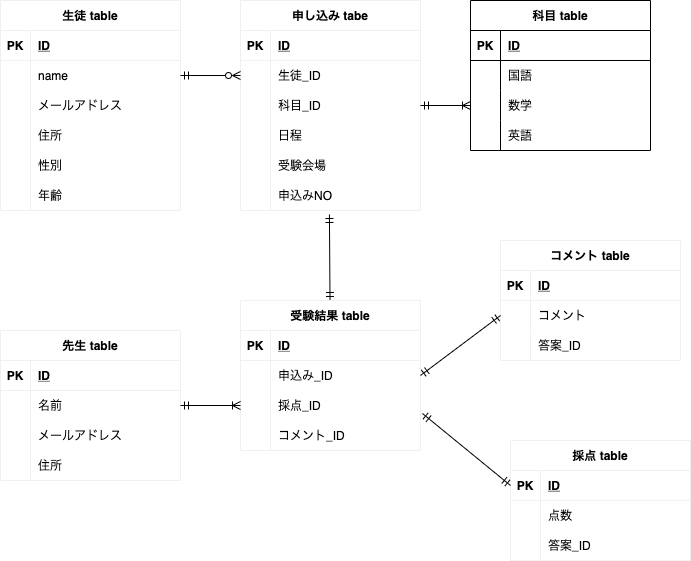
This is 20220227yokoyama.drawio.png from yokoyamafumino/0302test, a draw.io export, as it was before one commit. Source tidied: cells renumbered, new cells last; positions are measured from the earlier drawing's top-left corner, leaving out a move shared by most shapes.
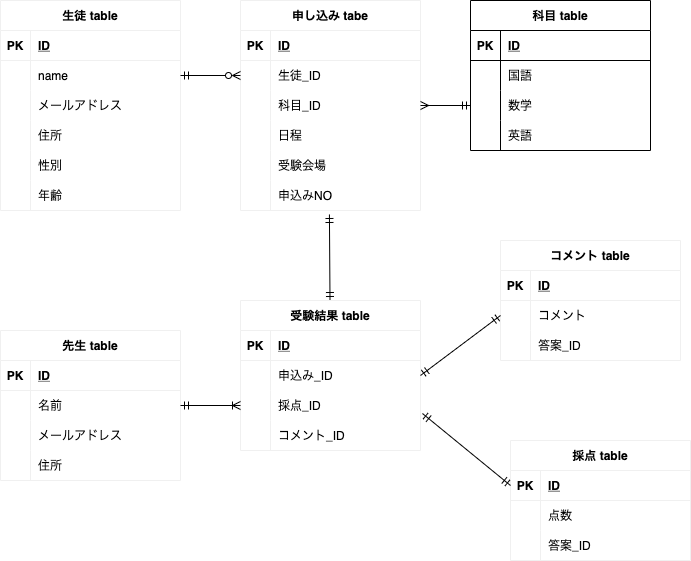
Later version of the same file.

What changed in the source:
```diff
@@ -311,7 +311,7 @@
     <mxCell id="104" value="英語" style="shape=partialRectangle;fillColor=none;top=0;left=0;bottom=0;right=0;align=left;spacingLeft=6;overflow=hidden;" parent="102" vertex="1">
       <mxGeometry x="30" width="150" height="30" as="geometry" />
     </mxCell>
-    <mxCell id="105" style="edgeStyle=none;html=1;exitX=1;exitY=0.5;exitDx=0;exitDy=0;entryX=0;entryY=0.5;entryDx=0;entryDy=0;startArrow=ERmandOne;startFill=0;endArrow=ERoneToMany;endFill=0;" parent="1" edge="1" source="28" target="99">
+    <mxCell id="105" style="edgeStyle=none;html=1;exitX=1;exitY=0.5;exitDx=0;exitDy=0;entryX=0;entryY=0.5;entryDx=0;entryDy=0;startArrow=ERmany;startFill=0;endArrow=ERmandOne;endFill=0;" parent="1" edge="1" source="28" target="99">
       <mxGeometry relative="1" as="geometry" />
     </mxCell>
   </root>
```
